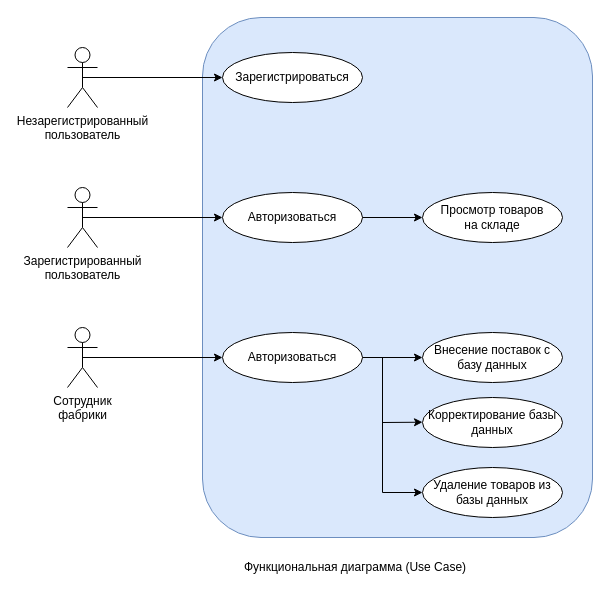
The draw.io diagram ФД V2.0.drawio in marsek4/ssp, before the edit. Source tidied: cells renumbered, new cells numbered last; positions are measured from the earlier drawing's top-left corner, leaving out a move shared by most shapes. Both pictures are drawn from the tidied source at 100%, with x=0, y=0 at pixel (67, 17).
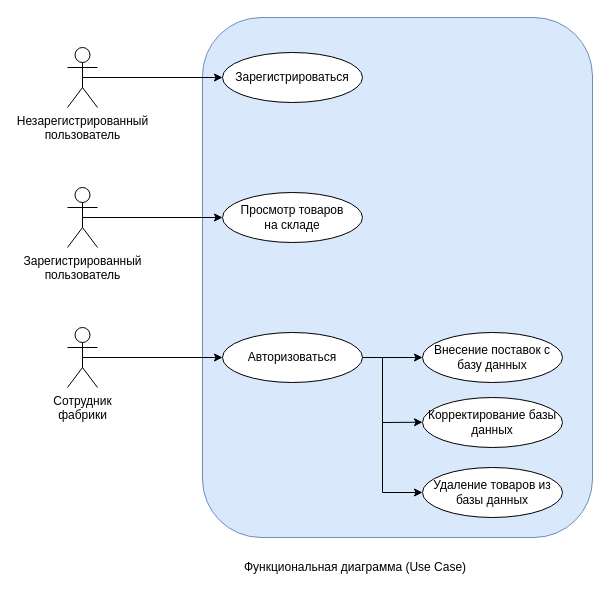
The same page after the edit.

Unchanged cells that the change refers to:
```xml
<mxCell id="6" value="Зарегистрированный&lt;br&gt;пользователь" style="shape=umlActor;verticalLabelPosition=bottom;verticalAlign=top;html=1;outlineConnect=0;" parent="1" vertex="1">
  <mxGeometry y="170" width="30" height="60" as="geometry" />
</mxCell>
```

Change to the diagram source:
```diff
@@
-    <mxCell id="7" value="Авторизоваться" style="ellipse;whiteSpace=wrap;html=1;" parent="1" vertex="1">
-      <mxGeometry x="155" y="175" width="140" height="50" as="geometry" />
-    </mxCell>
     <mxCell id="8" value="Просмотр товаров&lt;br&gt;на складе" style="ellipse;whiteSpace=wrap;html=1;" parent="1" vertex="1">
-      <mxGeometry x="355" y="175" width="140" height="50" as="geometry" />
+      <mxGeometry x="155" y="175" width="140" height="50" as="geometry" />
     </mxCell>
@@
-    <mxCell id="15" style="endArrow=classic;html=1;rounded=0;exitX=0.5;exitY=0.5;exitDx=0;exitDy=0;exitPerimeter=0;entryX=0;entryY=0.5;entryDx=0;entryDy=0;" parent="1" edge="1" source="6" target="7">
+    <mxCell id="15" style="endArrow=classic;html=1;rounded=0;exitX=0.5;exitY=0.5;exitDx=0;exitDy=0;exitPerimeter=0;entryX=0;entryY=0.5;entryDx=0;entryDy=0;" parent="1" edge="1" source="6" target="8">
       <mxGeometry relative="1" as="geometry" />
     </mxCell>
-    <mxCell id="16" style="endArrow=classic;html=1;rounded=0;exitX=1;exitY=0.5;exitDx=0;exitDy=0;entryX=0;entryY=0.5;entryDx=0;entryDy=0;" parent="1" edge="1" source="7" target="8">
-      <mxGeometry relative="1" as="geometry" />
-    </mxCell>
```
